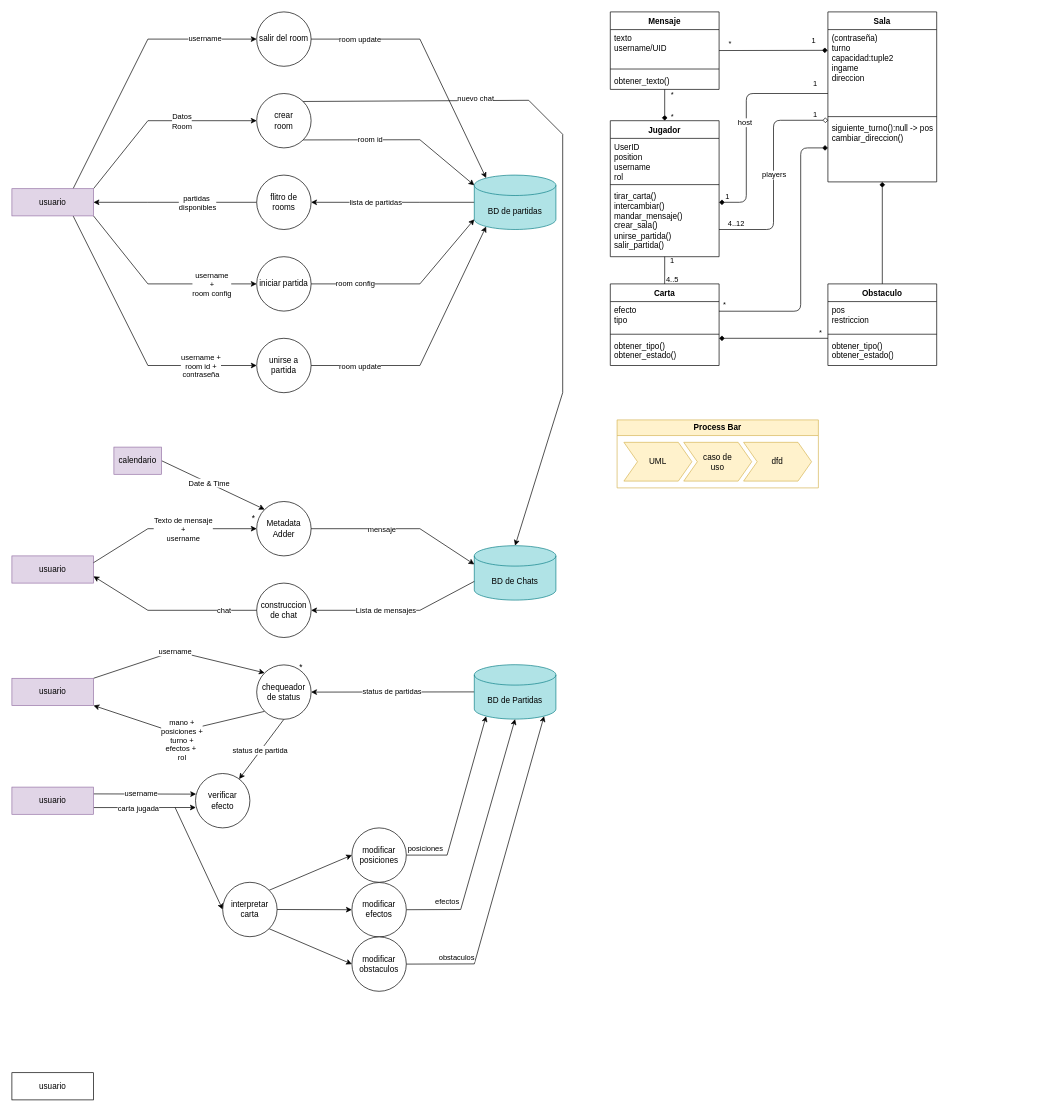
The draw.io diagram Diagrama sin título.drawio in PedroSalas216/Ingenieria-SW-1, before the edit. Source tidied: cells renumbered, new cells numbered last; positions are measured from the earlier drawing's top-left corner, leaving out a move shared by most shapes. Both pictures are drawn from the tidied source at 68%, with x=0, y=0 at pixel (12, 12).
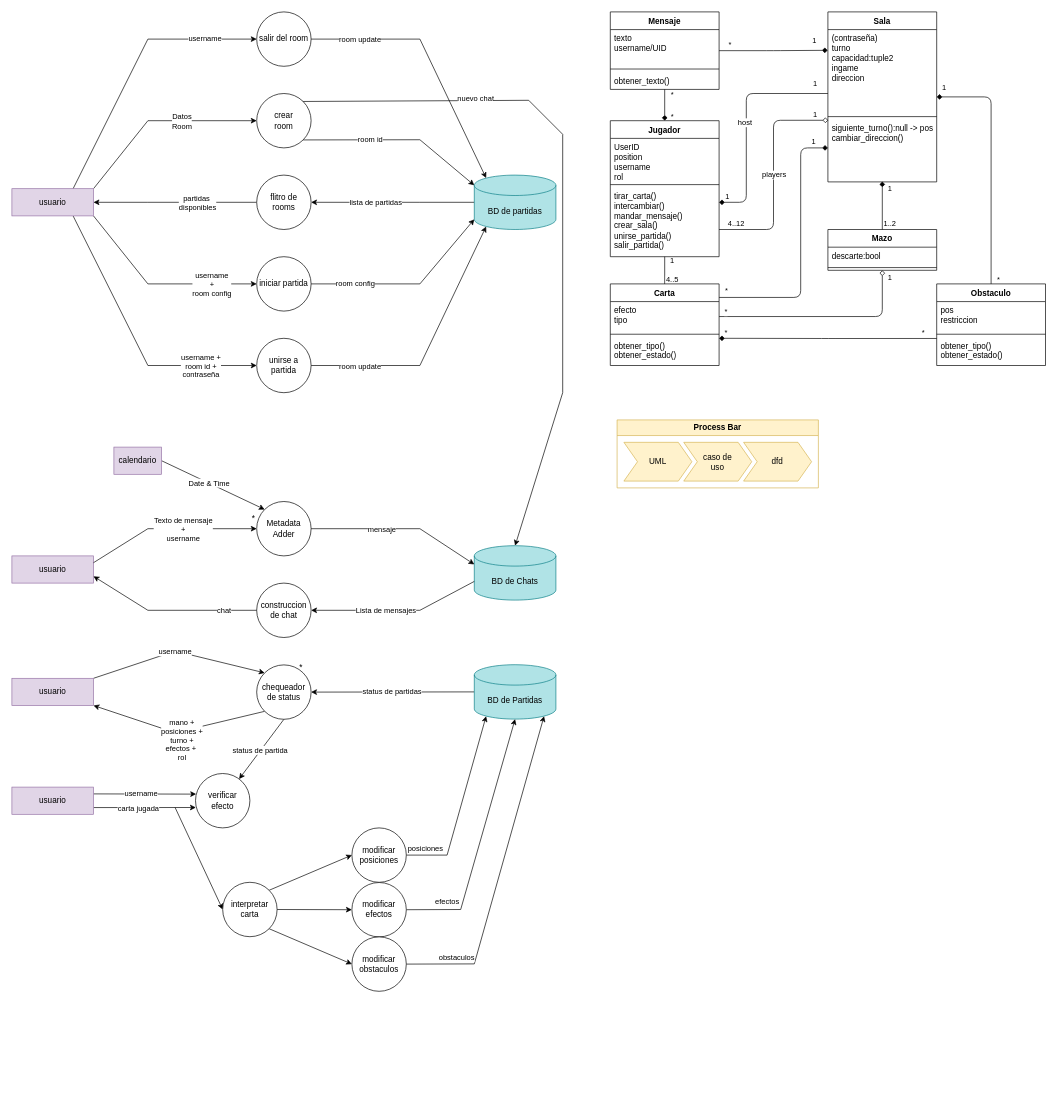
After the change.

Commit message:
uml con sentido

The change refers to these unchanged cells:
```xml
<mxCell id="90" value="Mensaje" style="swimlane;fontStyle=1;align=center;verticalAlign=top;horizontal=1;startSize=26;whiteSpace=wrap;html=1;" parent="1" vertex="1">
  <mxGeometry x="880" width="160" height="114" as="geometry" />
</mxCell>
<mxCell id="98" value="&lt;div&gt;Sala&lt;/div&gt;" style="swimlane;fontStyle=1;align=center;verticalAlign=top;horizontal=1;startSize=26;whiteSpace=wrap;html=1;" parent="1" vertex="1">
  <mxGeometry x="1200" width="160" height="250" as="geometry" />
</mxCell>
<mxCell id="99" value="&lt;div&gt;(contraseña)&lt;/div&gt;&lt;div&gt;turno&lt;/div&gt;&lt;div&gt;capacidad:tuple2&lt;/div&gt;&lt;div&gt;ingame&lt;br&gt;&lt;/div&gt;&lt;div&gt;direccion&lt;br&gt;&lt;/div&gt;&lt;div&gt;&lt;br&gt;&lt;/div&gt;" style="text;strokeColor=none;fillColor=none;align=left;verticalAlign=top;spacingLeft=4;spacingRight=4;overflow=hidden;points=[[0,0.5],[1,0.5]];portConstraint=eastwest;whiteSpace=wrap;html=1;" parent="98" vertex="1">
  <mxGeometry y="26" width="160" height="124" as="geometry" />
</mxCell>
<mxCell id="101" value="&lt;div&gt;siguiente_turno():null -&amp;gt; pos&lt;/div&gt;&lt;div&gt;cambiar_direccion()&lt;/div&gt;&lt;br&gt;&lt;div&gt;&lt;br&gt;&lt;/div&gt;" style="text;strokeColor=none;fillColor=none;align=left;verticalAlign=top;spacingLeft=4;spacingRight=4;overflow=hidden;points=[[0,0.5],[1,0.5]];portConstraint=eastwest;whiteSpace=wrap;html=1;" parent="98" vertex="1">
  <mxGeometry y="158" width="160" height="92" as="geometry" />
</mxCell>
<mxCell id="106" value="&lt;div&gt;Carta&lt;/div&gt;" style="swimlane;fontStyle=1;align=center;verticalAlign=top;horizontal=1;startSize=26;whiteSpace=wrap;html=1;" parent="1" vertex="1">
  <mxGeometry x="880" y="400" width="160" height="120" as="geometry" />
</mxCell>
<mxCell id="107" value="&lt;div&gt;efecto&lt;/div&gt;&lt;div&gt;tipo &lt;br&gt;&lt;/div&gt;" style="text;strokeColor=none;fillColor=none;align=left;verticalAlign=top;spacingLeft=4;spacingRight=4;overflow=hidden;points=[[0,0.5],[1,0.5]];portConstraint=eastwest;whiteSpace=wrap;html=1;" parent="106" vertex="1">
  <mxGeometry y="26" width="160" height="44" as="geometry" />
</mxCell>
<mxCell id="127" value="&lt;div&gt;obtener_tipo()&lt;/div&gt;&lt;div&gt;obtener_estado()&lt;br&gt;&lt;/div&gt;" style="text;strokeColor=none;fillColor=none;align=left;verticalAlign=top;spacingLeft=4;spacingRight=4;overflow=hidden;points=[[0,0.5],[1,0.5]];portConstraint=eastwest;whiteSpace=wrap;html=1;" parent="124" vertex="1">
  <mxGeometry y="78" width="160" height="42" as="geometry" />
</mxCell>
```

What changed in the source:
```diff
@@
-    <mxCell id="102" style="edgeStyle=none;rounded=0;orthogonalLoop=1;jettySize=auto;html=1;endArrow=diamond;endFill=1;" parent="1" edge="1">
+    <mxCell id="102" style="edgeStyle=orthogonalEdgeStyle;jettySize=auto;html=1;endArrow=diamond;endFill=1;exitX=0;exitY=0.054;exitDx=0;exitDy=0;exitPerimeter=0;rounded=1;" parent="1" edge="1" source="127">
       <mxGeometry relative="1" as="geometry">
-        <mxPoint x="1200" y="480" as="sourcePoint" />
         <mxPoint x="1040" y="480" as="targetPoint" />
       </mxGeometry>
     </mxCell>
@@
+    <mxCell id="128" value="*" style="edgeLabel;html=1;align=center;verticalAlign=middle;" parent="102" vertex="1">
+      <mxGeometry x="0.74" y="-1" relative="1" as="geometry">
+        <mxPoint x="-32" y="-9" as="offset" />
+      </mxGeometry>
+    </mxCell>
-    <mxCell id="104" style="edgeStyle=orthogonalEdgeStyle;jettySize=auto;html=1;endArrow=diamond;endFill=1;rounded=1;exitX=0.999;exitY=0.322;exitDx=0;exitDy=0;exitPerimeter=0;" parent="1" edge="1" source="107" target="101">
+    <mxCell id="104" style="edgeStyle=orthogonalEdgeStyle;jettySize=auto;html=1;endArrow=diamond;endFill=1;rounded=1;exitX=0.998;exitY=0.166;exitDx=0;exitDy=0;exitPerimeter=0;" parent="1" edge="1" source="106" target="101">
       <mxGeometry relative="1" as="geometry">
         <Array as="points">
-          <mxPoint x="1160" y="440" />
+          <mxPoint x="1160" y="420" />
           <mxPoint x="1160" y="200" />
         </Array>
       </mxGeometry>
     </mxCell>
     <mxCell id="105" value="&lt;div&gt;*&lt;/div&gt;" style="edgeLabel;html=1;align=center;verticalAlign=middle;" parent="104" vertex="1">
       <mxGeometry x="-0.96" y="-1" relative="1" as="geometry">
-        <mxPoint y="-11" as="offset" />
+        <mxPoint x="3" y="-11" as="offset" />
       </mxGeometry>
     </mxCell>
+    <mxCell id="129" value="1" style="edgeLabel;html=1;align=center;verticalAlign=middle;" parent="104" vertex="1">
+      <mxGeometry x="0.89" y="-2" relative="1" as="geometry">
+        <mxPoint y="-12" as="offset" />
+      </mxGeometry>
+    </mxCell>
@@
-    <mxCell id="111" style="edgeStyle=none;rounded=0;jettySize=auto;html=1;endArrow=diamond;endFill=1;" parent="1" edge="1" source="124" target="98">
-      <mxGeometry relative="1" as="geometry" />
+    <mxCell id="111" style="edgeStyle=orthogonalEdgeStyle;jettySize=auto;html=1;endArrow=diamond;endFill=1;rounded=1;" parent="1" edge="1" source="124" target="98">
+      <mxGeometry relative="1" as="geometry">
+        <Array as="points">
+          <mxPoint x="1440" y="125" />
+        </Array>
+      </mxGeometry>
     </mxCell>
+    <mxCell id="130" value="*" style="edgeLabel;html=1;align=center;verticalAlign=middle;" parent="111" vertex="1">
+      <mxGeometry x="-0.96" y="-1" relative="1" as="geometry">
+        <mxPoint x="9" as="offset" />
+      </mxGeometry>
+    </mxCell>
+    <mxCell id="131" value="1" style="edgeLabel;html=1;align=center;verticalAlign=middle;" parent="111" vertex="1">
+      <mxGeometry x="0.88" y="-3" relative="1" as="geometry">
+        <mxPoint x="-11" y="-12" as="offset" />
+      </mxGeometry>
+    </mxCell>
@@
-    <mxCell id="116" value="&lt;div&gt;usuario&lt;/div&gt;" style="rounded=0;whiteSpace=wrap;html=1;" parent="1" vertex="1">
-      <mxGeometry y="1560" width="120" height="40" as="geometry" />
-    </mxCell>
@@
-    <mxCell id="121" style="edgeStyle=none;rounded=0;jettySize=auto;html=1;endArrow=diamond;endFill=1;entryX=-0.002;entryY=0.246;entryDx=0;entryDy=0;entryPerimeter=0;" parent="1" edge="1" source="90" target="99">
+    <mxCell id="121" style="edgeStyle=orthogonalEdgeStyle;rounded=1;jettySize=auto;html=1;endArrow=diamond;endFill=1;entryX=-0.002;entryY=0.246;entryDx=0;entryDy=0;entryPerimeter=0;" parent="1" edge="1" source="90" target="99">
       <mxGeometry relative="1" as="geometry" />
     </mxCell>
@@
     <mxCell id="124" value="&lt;div&gt;Obstaculo&lt;/div&gt;" style="swimlane;fontStyle=1;align=center;verticalAlign=top;horizontal=1;startSize=26;whiteSpace=wrap;html=1;" parent="1" vertex="1">
-      <mxGeometry x="1200" y="400" width="160" height="120" as="geometry" />
+      <mxGeometry x="1360" y="400" width="160" height="120" as="geometry" />
     </mxCell>
@@
+    <mxCell id="132" value="Mazo" style="swimlane;fontStyle=1;align=center;verticalAlign=top;horizontal=1;startSize=26;whiteSpace=wrap;html=1;" parent="1" vertex="1">
+      <mxGeometry x="1200" y="320" width="160" height="60" as="geometry" />
+    </mxCell>
+    <mxCell id="133" value="descarte:bool" style="text;strokeColor=none;fillColor=none;align=left;verticalAlign=top;spacingLeft=4;spacingRight=4;overflow=hidden;whiteSpace=wrap;html=1;" parent="132" vertex="1">
+      <mxGeometry y="26" width="160" height="26" as="geometry" />
+    </mxCell>
+    <mxCell id="134" style="line;strokeWidth=1;fillColor=none;align=left;verticalAlign=middle;spacingTop=-1;spacingLeft=3;spacingRight=3;labelPosition=right;strokeColor=inherit;" parent="132" vertex="1">
+      <mxGeometry y="52" width="160" height="8" as="geometry" />
+    </mxCell>
+    <mxCell id="135" style="edgeStyle=orthogonalEdgeStyle;rounded=1;jettySize=auto;html=1;exitX=0.5;exitY=0;exitDx=0;exitDy=0;entryX=0.5;entryY=0.994;entryDx=0;entryDy=0;endArrow=diamond;endFill=1;entryPerimeter=0;" parent="1" edge="1" source="132" target="101">
+      <mxGeometry relative="1" as="geometry" />
+    </mxCell>
+    <mxCell id="136" value="&lt;div&gt;1&lt;/div&gt;" style="edgeLabel;html=1;align=center;verticalAlign=middle;" parent="135" vertex="1">
+      <mxGeometry x="0.69" relative="1" as="geometry">
+        <mxPoint x="10" y="-1" as="offset" />
+      </mxGeometry>
+    </mxCell>
+    <mxCell id="137" value="1..2" style="edgeLabel;html=1;align=center;verticalAlign=middle;" parent="135" vertex="1">
+      <mxGeometry x="-0.59" relative="1" as="geometry">
+        <mxPoint x="10" y="5" as="offset" />
+      </mxGeometry>
+    </mxCell>
+    <mxCell id="138" style="edgeStyle=orthogonalEdgeStyle;rounded=1;jettySize=auto;html=1;strokeColor=default;endArrow=diamond;endFill=0;exitX=1;exitY=0.5;exitDx=0;exitDy=0;" parent="1" edge="1" source="107" target="132">
+      <mxGeometry relative="1" as="geometry" />
+    </mxCell>
+    <mxCell id="139" value="&lt;div&gt;1&lt;/div&gt;" style="edgeLabel;html=1;align=center;verticalAlign=middle;" parent="138" vertex="1">
+      <mxGeometry x="-0.94" y="2" relative="1" as="geometry">
+        <mxPoint x="241" y="-56" as="offset" />
+      </mxGeometry>
+    </mxCell>
+    <mxCell id="140" value="*" style="edgeLabel;html=1;align=center;verticalAlign=middle;" parent="138" vertex="1">
+      <mxGeometry x="-0.94" y="-1" relative="1" as="geometry">
+        <mxPoint y="-9" as="offset" />
+      </mxGeometry>
+    </mxCell>
```
